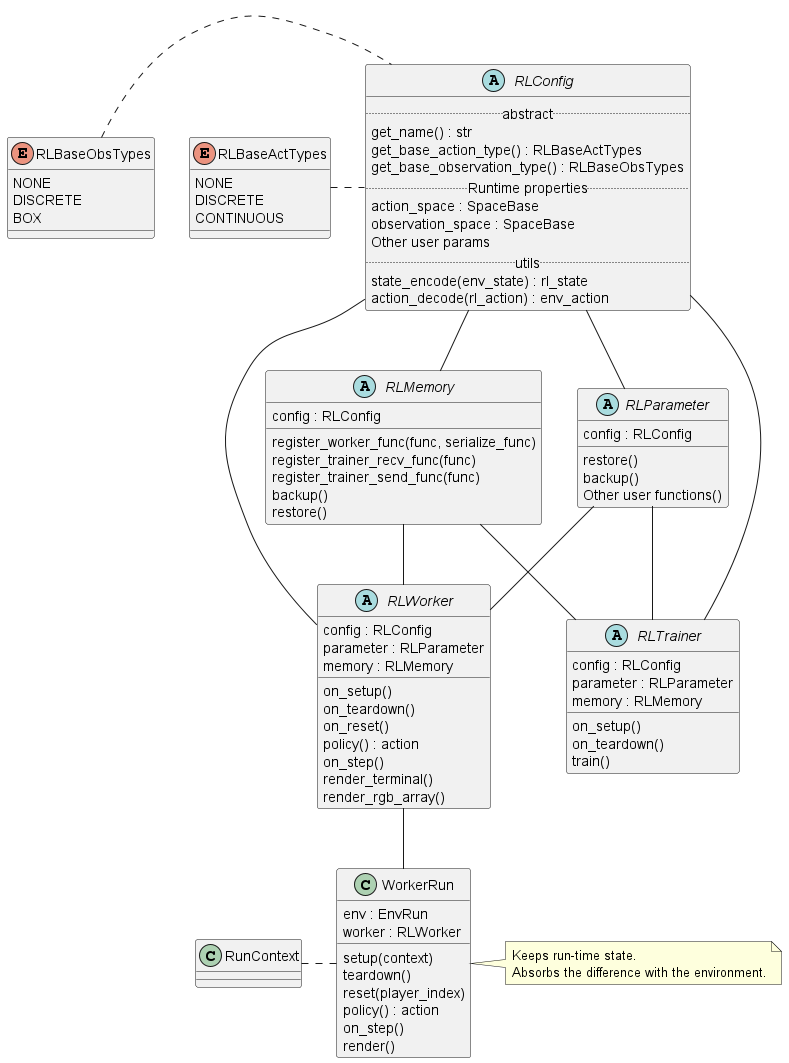
pocokhc/simple_distributed_rl keeps this PlantUML diagram as diagrams/class_rl.png. Above is the earlier version.
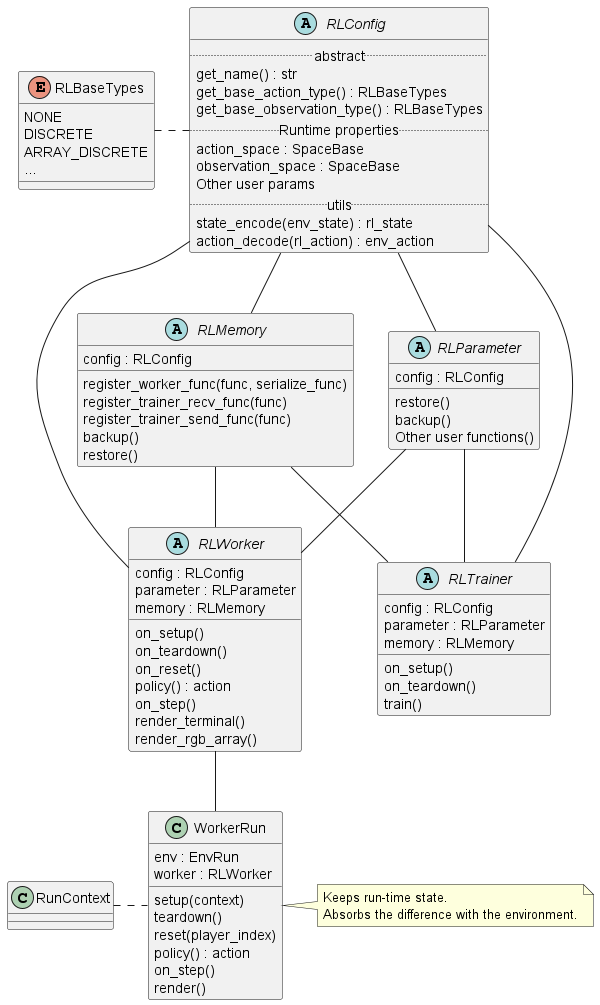
Later version of the same file.

Diff of the diagram source:
```diff
@@ -1,22 +1,18 @@
 @startuml class_rl
 
-enum RLBaseActTypes {
+enum RLBaseTypes {
     NONE
     DISCRETE
-    CONTINUOUS
+    ARRAY_DISCRETE
+    ...
 }
 
-enum RLBaseObsTypes {
-    NONE
-    DISCRETE
-    BOX
-}
 
 abstract RLConfig {
     .. abstract ..
     get_name() : str
-    get_base_action_type() : RLBaseActTypes
-    get_base_observation_type() : RLBaseObsTypes
+    get_base_action_type() : RLBaseTypes
+    get_base_observation_type() : RLBaseTypes
     .. Runtime properties ..
     action_space : SpaceBase
     observation_space : SpaceBase
@@ -86,8 +82,7 @@
 WorkerRun . WorkerRunMemo
 RunContext . WorkerRun
 
-RLBaseActTypes . RLConfig
-RLBaseObsTypes . RLConfig
+RLBaseTypes . RLConfig
 
 RLConfig --- RLWorker
 RLConfig --- RLTrainer
```
